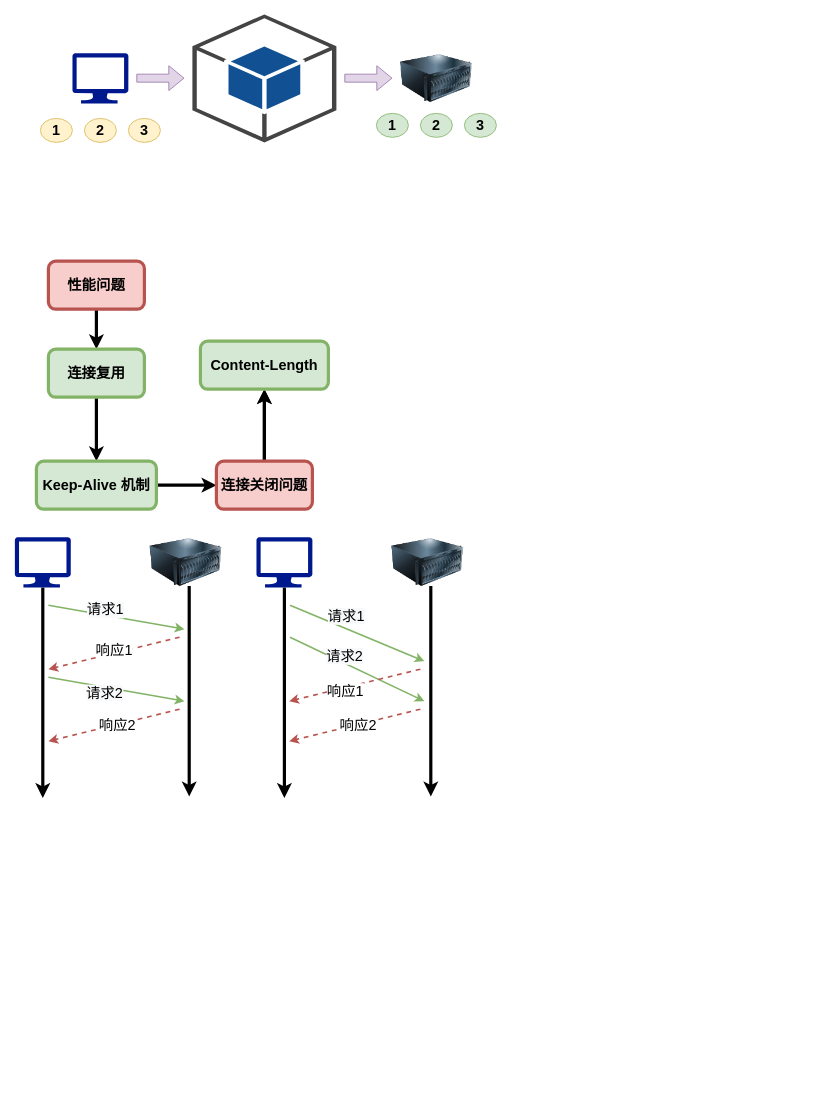
C-wx/MindManager keeps this draw.io diagram as 网络.drawio. Above is the earlier version. Source tidied: cells renumbered, new cells numbered last; positions are measured from the earlier drawing's top-left corner, leaving out a move shared by most shapes. Both pictures are drawn from the tidied source at 80%, with x=0, y=0 at pixel (14, 14).
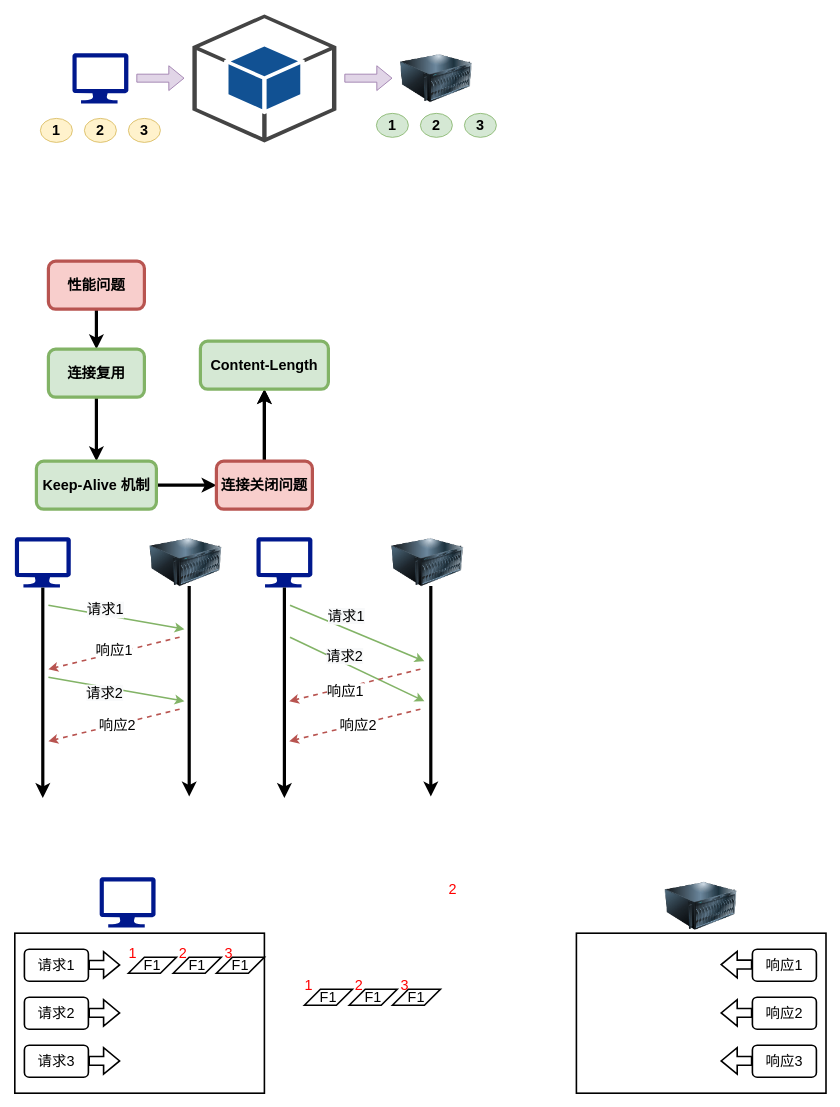
The same page after the edit.

Diff of the diagram source:
```diff
@@
+    <mxCell id="47" style="rounded=0;whiteSpace=wrap;html=1;fontSize=18;strokeWidth=2;" parent="1" vertex="1">
+      <mxGeometry y="1148" width="312" height="200" as="geometry" />
+    </mxCell>
+    <mxCell id="48" style="sketch=0;shadow=0;dashed=0;html=1;strokeColor=none;labelPosition=center;verticalLabelPosition=bottom;verticalAlign=top;align=center;fillColor=#00188D;shape=mxgraph.azure.computer;" parent="1" vertex="1">
+      <mxGeometry x="106" y="1078" width="70" height="63" as="geometry" />
+    </mxCell>
+    <mxCell id="49" value="请求1" style="rounded=1;whiteSpace=wrap;html=1;fontSize=18;strokeWidth=2;" parent="1" vertex="1">
+      <mxGeometry x="12" y="1168" width="80" height="40" as="geometry" />
+    </mxCell>
+    <mxCell id="50" value="请求2" style="rounded=1;whiteSpace=wrap;html=1;fontSize=18;strokeWidth=2;" parent="1" vertex="1">
+      <mxGeometry x="12" y="1228" width="80" height="40" as="geometry" />
+    </mxCell>
+    <mxCell id="51" value="请求3" style="rounded=1;whiteSpace=wrap;html=1;fontSize=18;strokeWidth=2;" parent="1" vertex="1">
+      <mxGeometry x="12" y="1288" width="80" height="40" as="geometry" />
+    </mxCell>
+    <mxCell id="52" style="shape=flexArrow;endArrow=classic;html=1;rounded=0;fontSize=18;strokeWidth=2;" parent="1" edge="1">
+      <mxGeometry relative="1" as="geometry">
+        <mxPoint x="92" y="1247.6" as="sourcePoint" />
+        <mxPoint x="132" y="1247.6" as="targetPoint" />
+      </mxGeometry>
+    </mxCell>
+    <mxCell id="53" style="shape=flexArrow;endArrow=classic;html=1;rounded=0;fontSize=18;strokeWidth=2;" parent="1" edge="1">
+      <mxGeometry relative="1" as="geometry">
+        <mxPoint x="92" y="1307.6" as="sourcePoint" />
+        <mxPoint x="132" y="1307.6" as="targetPoint" />
+      </mxGeometry>
+    </mxCell>
+    <mxCell id="54" style="shape=flexArrow;endArrow=classic;html=1;rounded=0;fontSize=18;strokeWidth=2;" parent="1" edge="1">
+      <mxGeometry relative="1" as="geometry">
+        <mxPoint x="92" y="1187.6" as="sourcePoint" />
+        <mxPoint x="132" y="1187.6" as="targetPoint" />
+      </mxGeometry>
+    </mxCell>
+    <mxCell id="55" value="F1" style="shape=parallelogram;perimeter=parallelogramPerimeter;whiteSpace=wrap;html=1;fixedSize=1;fontSize=18;strokeWidth=2;" parent="1" vertex="1">
+      <mxGeometry x="142" y="1178" width="60" height="20" as="geometry" />
+    </mxCell>
+    <mxCell id="56" value="F1" style="shape=parallelogram;perimeter=parallelogramPerimeter;whiteSpace=wrap;html=1;fixedSize=1;fontSize=18;strokeWidth=2;" parent="1" vertex="1">
+      <mxGeometry x="198" y="1178" width="60" height="20" as="geometry" />
+    </mxCell>
+    <mxCell id="57" value="F1" style="shape=parallelogram;perimeter=parallelogramPerimeter;whiteSpace=wrap;html=1;fixedSize=1;fontSize=18;strokeWidth=2;" parent="1" vertex="1">
+      <mxGeometry x="252" y="1178" width="60" height="20" as="geometry" />
+    </mxCell>
+    <mxCell id="58" value="1" style="text;html=1;align=center;verticalAlign=middle;strokeColor=none;fillColor=none;fontSize=18;fontColor=#FF0000;" parent="1" vertex="1">
+      <mxGeometry x="132" y="1158" width="30" height="30" as="geometry" />
+    </mxCell>
+    <mxCell id="59" value="2" style="text;html=1;align=center;verticalAlign=middle;strokeColor=none;fillColor=none;fontSize=18;fontColor=#FF0000;" parent="1" vertex="1">
+      <mxGeometry x="195" y="1158" width="30" height="30" as="geometry" />
+    </mxCell>
+    <mxCell id="60" value="3" style="text;html=1;align=center;verticalAlign=middle;strokeColor=none;fillColor=none;fontSize=18;fontColor=#FF0000;" parent="1" vertex="1">
+      <mxGeometry x="252" y="1158" width="30" height="30" as="geometry" />
+    </mxCell>
+    <mxCell id="61" style="rounded=0;whiteSpace=wrap;html=1;fontSize=18;strokeWidth=2;" parent="1" vertex="1">
+      <mxGeometry x="702" y="1148" width="312" height="200" as="geometry" />
+    </mxCell>
+    <mxCell id="62" value="响应1" style="rounded=1;whiteSpace=wrap;html=1;fontSize=18;strokeWidth=2;" parent="1" vertex="1">
+      <mxGeometry x="922" y="1168" width="80" height="40" as="geometry" />
+    </mxCell>
+    <mxCell id="63" value="响应2" style="rounded=1;whiteSpace=wrap;html=1;fontSize=18;strokeWidth=2;" parent="1" vertex="1">
+      <mxGeometry x="922" y="1228" width="80" height="40" as="geometry" />
+    </mxCell>
+    <mxCell id="64" value="响应3" style="rounded=1;whiteSpace=wrap;html=1;fontSize=18;strokeWidth=2;" parent="1" vertex="1">
+      <mxGeometry x="922" y="1288" width="80" height="40" as="geometry" />
+    </mxCell>
+    <mxCell id="65" style="shape=flexArrow;endArrow=classic;html=1;rounded=0;fontSize=18;strokeWidth=2;" parent="1" edge="1">
+      <mxGeometry relative="1" as="geometry">
+        <mxPoint x="922" y="1247.6" as="sourcePoint" />
+        <mxPoint x="882" y="1247.6" as="targetPoint" />
+      </mxGeometry>
+    </mxCell>
+    <mxCell id="66" style="shape=flexArrow;endArrow=classic;html=1;rounded=0;fontSize=18;strokeWidth=2;" parent="1" edge="1">
+      <mxGeometry relative="1" as="geometry">
+        <mxPoint x="922" y="1307.6" as="sourcePoint" />
+        <mxPoint x="882" y="1307.6" as="targetPoint" />
+      </mxGeometry>
+    </mxCell>
+    <mxCell id="67" style="shape=flexArrow;endArrow=classic;html=1;rounded=0;fontSize=18;strokeWidth=2;" parent="1" edge="1">
+      <mxGeometry relative="1" as="geometry">
+        <mxPoint x="922" y="1187.2" as="sourcePoint" />
+        <mxPoint x="882" y="1187.2" as="targetPoint" />
+      </mxGeometry>
+    </mxCell>
+    <mxCell id="68" value="F1" style="shape=parallelogram;perimeter=parallelogramPerimeter;whiteSpace=wrap;html=1;fixedSize=1;fontSize=18;strokeWidth=2;" parent="1" vertex="1">
+      <mxGeometry x="362" y="1218" width="60" height="20" as="geometry" />
+    </mxCell>
+    <mxCell id="69" value="F1" style="shape=parallelogram;perimeter=parallelogramPerimeter;whiteSpace=wrap;html=1;fixedSize=1;fontSize=18;strokeWidth=2;" parent="1" vertex="1">
+      <mxGeometry x="418" y="1218" width="60" height="20" as="geometry" />
+    </mxCell>
+    <mxCell id="70" value="F1" style="shape=parallelogram;perimeter=parallelogramPerimeter;whiteSpace=wrap;html=1;fixedSize=1;fontSize=18;strokeWidth=2;" parent="1" vertex="1">
+      <mxGeometry x="472" y="1218" width="60" height="20" as="geometry" />
+    </mxCell>
+    <mxCell id="71" value="1" style="text;html=1;align=center;verticalAlign=middle;strokeColor=none;fillColor=none;fontSize=18;fontColor=#FF0000;" parent="1" vertex="1">
+      <mxGeometry x="352" y="1198" width="30" height="30" as="geometry" />
+    </mxCell>
+    <mxCell id="72" value="2" style="text;html=1;align=center;verticalAlign=middle;strokeColor=none;fillColor=none;fontSize=18;fontColor=#FF0000;" parent="1" vertex="1">
+      <mxGeometry x="415" y="1198" width="30" height="30" as="geometry" />
+    </mxCell>
+    <mxCell id="73" value="3" style="text;html=1;align=center;verticalAlign=middle;strokeColor=none;fillColor=none;fontSize=18;fontColor=#FF0000;" parent="1" vertex="1">
+      <mxGeometry x="472" y="1198" width="30" height="30" as="geometry" />
+    </mxCell>
+    <mxCell id="74" style="image;html=1;image=img/lib/clip_art/computers/Server_128x128.png;" parent="1" vertex="1">
+      <mxGeometry x="813" y="1070.5" width="90" height="87.5" as="geometry" />
+    </mxCell>
+    <mxCell id="75" value="2" style="text;html=1;align=center;verticalAlign=middle;strokeColor=none;fillColor=none;fontSize=18;fontColor=#FF0000;" parent="1" vertex="1">
+      <mxGeometry x="532" y="1078" width="30" height="30" as="geometry" />
+    </mxCell>
```
